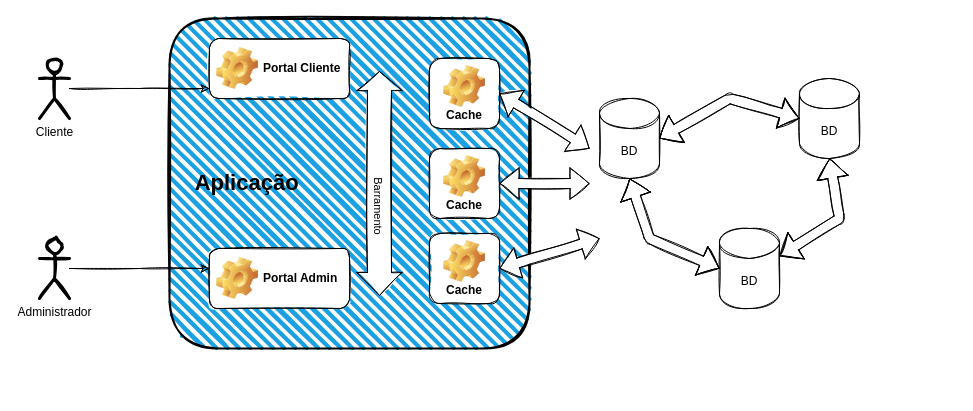
Earlier version of the draw.io diagram docs/drawings/projeto.drawio (lasarojc/ds_notes). Source tidied: cells renumbered, new cells numbered last; positions are measured from the earlier drawing's top-left corner, leaving out a move shared by most shapes. Both pictures are drawn from the tidied source at 100%, with x=0, y=0 at pixel (39, 18).
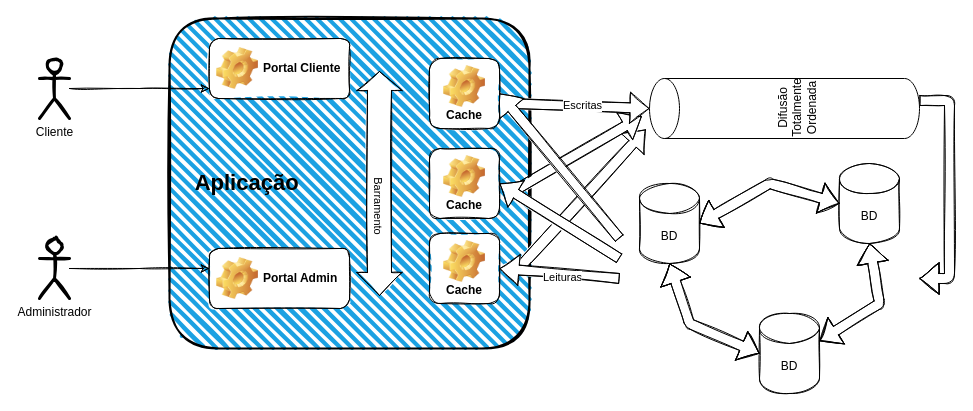
The same diagram, later.

Unchanged cells that the change refers to:
```xml
<mxCell id="14" value="Cache" style="label;whiteSpace=wrap;html=1;align=center;verticalAlign=bottom;spacingLeft=0;spacingBottom=4;imageAlign=center;imageVerticalAlign=top;image=img/clipart/Gear_128x128.png;sketch=1;" parent="1" vertex="1">
  <mxGeometry x="390" y="40" width="70" height="70" as="geometry" />
</mxCell>
<mxCell id="19" value="Cache" style="label;whiteSpace=wrap;html=1;align=center;verticalAlign=bottom;spacingLeft=0;spacingBottom=4;imageAlign=center;imageVerticalAlign=top;image=img/clipart/Gear_128x128.png;sketch=1;" parent="1" vertex="1">
  <mxGeometry x="390" y="130" width="70" height="70" as="geometry" />
</mxCell>
<mxCell id="20" value="Cache" style="label;whiteSpace=wrap;html=1;align=center;verticalAlign=bottom;spacingLeft=0;spacingBottom=4;imageAlign=center;imageVerticalAlign=top;image=img/clipart/Gear_128x128.png;sketch=1;" parent="1" vertex="1">
  <mxGeometry x="390" y="215" width="70" height="70" as="geometry" />
</mxCell>
```

The edit, as a diff of the source:
```diff
@@
+    <mxCell id="23" style="shape=flexArrow;endArrow=none;startArrow=block;html=1;shadow=0;fillColor=#ffffff;entryX=1;entryY=0.5;entryDx=0;entryDy=0;sketch=1;startFill=0;endFill=0;exitX=0.15;exitY=-0.014;exitDx=0;exitDy=0;exitPerimeter=0;" parent="1" edge="1" source="28">
+      <mxGeometry relative="1" as="geometry">
+        <mxPoint x="470" y="260" as="targetPoint" />
+      </mxGeometry>
+    </mxCell>
+    <mxCell id="24" style="shape=flexArrow;endArrow=none;startArrow=block;html=1;shadow=0;fillColor=#ffffff;entryX=1;entryY=0.5;entryDx=0;entryDy=0;sketch=1;startFill=0;endFill=0;exitX=0.367;exitY=-0.029;exitDx=0;exitDy=0;exitPerimeter=0;" parent="1" edge="1" source="28">
+      <mxGeometry relative="1" as="geometry">
+        <mxPoint x="470" y="175" as="targetPoint" />
+      </mxGeometry>
+    </mxCell>
+    <mxCell id="25" style="shape=flexArrow;endArrow=none;startArrow=block;html=1;shadow=0;fillColor=#ffffff;entryX=1;entryY=0.5;entryDx=0;entryDy=0;sketch=1;startFill=0;endFill=0;exitX=0.5;exitY=0;exitDx=0;exitDy=0;exitPerimeter=0;" parent="1" edge="1" source="28">
+      <mxGeometry relative="1" as="geometry">
+        <mxPoint x="470" y="85" as="targetPoint" />
+      </mxGeometry>
+    </mxCell>
+    <mxCell id="26" value="Escritas" style="edgeLabel;html=1;align=center;verticalAlign=middle;" parent="25" vertex="1">
+      <mxGeometry x="-0.03" y="-1" relative="1" as="geometry" />
+    </mxCell>
     <mxCell id="3" value="BD" style="shape=cylinder3;whiteSpace=wrap;html=1;boundedLbl=1;backgroundOutline=1;size=15;sketch=1;" parent="1" vertex="1">
-      <mxGeometry x="760" y="60" width="60" height="80" as="geometry" />
+      <mxGeometry x="800" y="145" width="60" height="80" as="geometry" />
     </mxCell>
     <mxCell id="4" value="BD" style="shape=cylinder3;whiteSpace=wrap;html=1;boundedLbl=1;backgroundOutline=1;size=15;sketch=1;" parent="1" vertex="1">
-      <mxGeometry x="560" y="80" width="60" height="80" as="geometry" />
+      <mxGeometry x="600" y="165" width="60" height="80" as="geometry" />
     </mxCell>
     <mxCell id="5" value="BD" style="shape=cylinder3;whiteSpace=wrap;html=1;boundedLbl=1;backgroundOutline=1;size=15;sketch=1;" parent="1" vertex="1">
-      <mxGeometry x="680" y="210" width="60" height="80" as="geometry" />
+      <mxGeometry x="720" y="295" width="60" height="80" as="geometry" />
     </mxCell>
@@
     <mxCell id="15" style="shape=flexArrow;endArrow=classic;startArrow=classic;html=1;fillColor=#ffffff;entryX=0;entryY=0.5;entryDx=0;entryDy=0;entryPerimeter=0;exitX=1;exitY=0.5;exitDx=0;exitDy=0;exitPerimeter=0;shadow=0;sketch=1;" parent="1" edge="1" source="4" target="3">
       <mxGeometry relative="1" as="geometry">
         <Array as="points">
-          <mxPoint x="690" y="80" />
+          <mxPoint x="730" y="165" />
         </Array>
       </mxGeometry>
     </mxCell>
     <mxCell id="16" style="shape=flexArrow;endArrow=classic;startArrow=classic;html=1;fillColor=#ffffff;entryX=1;entryY=0;entryDx=0;entryDy=27.5;entryPerimeter=0;exitX=0.5;exitY=1;exitDx=0;exitDy=0;exitPerimeter=0;shadow=0;sketch=1;" parent="1" edge="1" source="3" target="5">
       <mxGeometry relative="1" as="geometry">
         <Array as="points">
-          <mxPoint x="800" y="200" />
+          <mxPoint x="840" y="285" />
         </Array>
       </mxGeometry>
     </mxCell>
     <mxCell id="17" style="shape=flexArrow;endArrow=classic;startArrow=classic;html=1;fillColor=#ffffff;entryX=0;entryY=0.5;entryDx=0;entryDy=0;entryPerimeter=0;exitX=0.5;exitY=1;exitDx=0;exitDy=0;exitPerimeter=0;shadow=0;sketch=1;" parent="1" edge="1" source="4" target="5">
       <mxGeometry relative="1" as="geometry">
         <Array as="points">
-          <mxPoint x="610" y="220" />
+          <mxPoint x="650" y="305" />
         </Array>
       </mxGeometry>
     </mxCell>
-    <mxCell id="18" style="shape=flexArrow;endArrow=classic;startArrow=classic;html=1;shadow=0;fillColor=#ffffff;entryX=1;entryY=0.5;entryDx=0;entryDy=0;sketch=1;" parent="1" edge="1" target="14">
+    <mxCell id="18" style="shape=flexArrow;endArrow=classic;startArrow=none;html=1;shadow=0;fillColor=#ffffff;entryX=1;entryY=0.5;entryDx=0;entryDy=0;sketch=1;startFill=0;" parent="1" edge="1" target="14">
       <mxGeometry relative="1" as="geometry">
-        <mxPoint x="550" y="130" as="sourcePoint" />
+        <mxPoint x="580" y="220" as="sourcePoint" />
       </mxGeometry>
     </mxCell>
@@
-    <mxCell id="21" style="shape=flexArrow;endArrow=classic;startArrow=classic;html=1;shadow=0;fillColor=#ffffff;entryX=1;entryY=0.5;entryDx=0;entryDy=0;sketch=1;" parent="1" edge="1" target="19">
+    <mxCell id="21" style="shape=flexArrow;endArrow=classic;startArrow=none;html=1;shadow=0;fillColor=#ffffff;entryX=1;entryY=0.5;entryDx=0;entryDy=0;sketch=1;startFill=0;" parent="1" edge="1" target="19">
       <mxGeometry relative="1" as="geometry">
-        <mxPoint x="550" y="165" as="sourcePoint" />
+        <mxPoint x="580" y="240" as="sourcePoint" />
       </mxGeometry>
     </mxCell>
-    <mxCell id="22" style="shape=flexArrow;endArrow=classic;startArrow=classic;html=1;shadow=0;fillColor=#ffffff;entryX=1;entryY=0.5;entryDx=0;entryDy=0;sketch=1;" parent="1" edge="1" target="20">
+    <mxCell id="22" style="shape=flexArrow;endArrow=classic;startArrow=none;html=1;shadow=0;fillColor=#ffffff;entryX=1;entryY=0.5;entryDx=0;entryDy=0;sketch=1;startFill=0;" parent="1" edge="1" target="20">
       <mxGeometry relative="1" as="geometry">
-        <mxPoint x="560" y="220" as="sourcePoint" />
+        <mxPoint x="580" y="260" as="sourcePoint" />
       </mxGeometry>
     </mxCell>
+    <mxCell id="27" value="Leituras" style="edgeLabel;html=1;align=center;verticalAlign=middle;" parent="22" vertex="1">
+      <mxGeometry x="-0.05" y="3" relative="1" as="geometry" />
+    </mxCell>
+    <mxCell id="28" value="Difusão Totalmente Ordenada" style="shape=cylinder3;whiteSpace=wrap;html=1;boundedLbl=1;backgroundOutline=1;size=15;rotation=-90;" parent="1" vertex="1">
+      <mxGeometry x="715" y="-45" width="60" height="270" as="geometry" />
+    </mxCell>
+    <mxCell id="29" style="shape=flexArrow;endArrow=none;startArrow=block;html=1;shadow=0;fillColor=#ffffff;entryX=0.633;entryY=1;entryDx=0;entryDy=0;sketch=1;startFill=0;endFill=0;edgeStyle=entityRelationEdgeStyle;elbow=vertical;entryPerimeter=0;" parent="1" edge="1" target="28">
+      <mxGeometry relative="1" as="geometry">
+        <mxPoint x="880" y="260" as="sourcePoint" />
+      </mxGeometry>
+    </mxCell>
```
